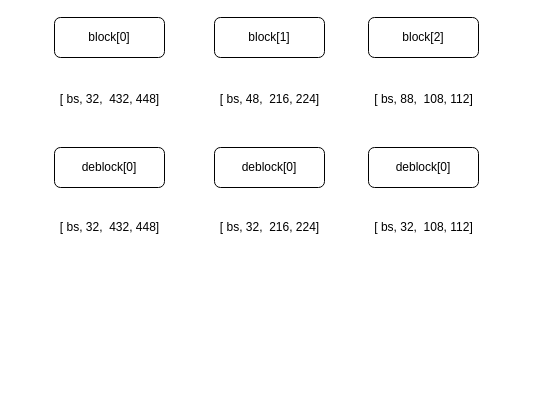
The draw.io diagram network.drawio in wennieWN/UML, before the edit. Source tidied: cells renumbered, new cells numbered last; positions are measured from the earlier drawing's top-left corner, leaving out a move shared by most shapes. Both pictures are drawn from the tidied source at 100%, with x=0, y=0 at pixel (16, 17).
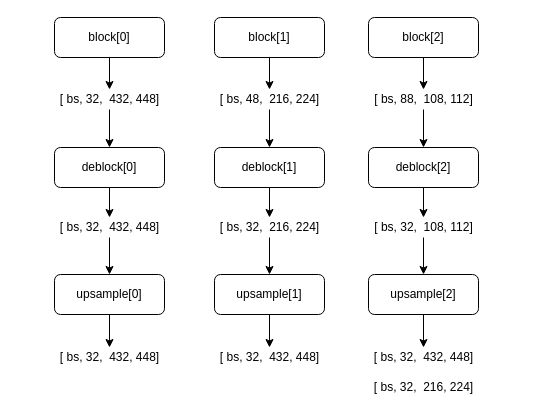
The same page after the edit.

The change refers to these unchanged cells:
```xml
<mxCell id="2" value="block[0]" style="rounded=1;whiteSpace=wrap;html=1;" parent="1" vertex="1">
  <mxGeometry x="38" width="110" height="40" as="geometry" />
</mxCell>
<mxCell id="3" value="block[1]" style="rounded=1;whiteSpace=wrap;html=1;" parent="1" vertex="1">
  <mxGeometry x="198" width="110" height="40" as="geometry" />
</mxCell>
<mxCell id="4" value="block[2]" style="rounded=1;whiteSpace=wrap;html=1;" parent="1" vertex="1">
  <mxGeometry x="352" width="110" height="40" as="geometry" />
</mxCell>
<mxCell id="5" value="[ bs, 32,&amp;nbsp; 432, 448]" style="text;html=1;strokeColor=none;fillColor=none;align=center;verticalAlign=middle;whiteSpace=wrap;rounded=0;" parent="1" vertex="1">
  <mxGeometry x="0.5" y="72" width="185" height="20" as="geometry" />
</mxCell>
<mxCell id="6" value="[ bs, 48,&amp;nbsp; 216, 224]" style="text;html=1;strokeColor=none;fillColor=none;align=center;verticalAlign=middle;whiteSpace=wrap;rounded=0;" parent="1" vertex="1">
  <mxGeometry x="160.5" y="72" width="185" height="20" as="geometry" />
</mxCell>
<mxCell id="7" value="[ bs, 88,&amp;nbsp; 108, 112]" style="text;html=1;strokeColor=none;fillColor=none;align=center;verticalAlign=middle;whiteSpace=wrap;rounded=0;" parent="1" vertex="1">
  <mxGeometry x="314.5" y="72" width="185" height="20" as="geometry" />
</mxCell>
<mxCell id="8" value="deblock[0]" style="rounded=1;whiteSpace=wrap;html=1;" parent="1" vertex="1">
  <mxGeometry x="38" y="130" width="110" height="40" as="geometry" />
</mxCell>
<mxCell id="11" value="[ bs, 32,&amp;nbsp; 432, 448]" style="text;html=1;strokeColor=none;fillColor=none;align=center;verticalAlign=middle;whiteSpace=wrap;rounded=0;" parent="1" vertex="1">
  <mxGeometry x="0.5" y="200" width="185" height="20" as="geometry" />
</mxCell>
<mxCell id="12" value="[ bs, 32,&amp;nbsp; 216, 224]" style="text;html=1;strokeColor=none;fillColor=none;align=center;verticalAlign=middle;whiteSpace=wrap;rounded=0;" parent="1" vertex="1">
  <mxGeometry x="160.5" y="200" width="185" height="20" as="geometry" />
</mxCell>
<mxCell id="13" value="[ bs, 32,&amp;nbsp; 108, 112]" style="text;html=1;strokeColor=none;fillColor=none;align=center;verticalAlign=middle;whiteSpace=wrap;rounded=0;" parent="1" vertex="1">
  <mxGeometry x="314.5" y="200" width="185" height="20" as="geometry" />
</mxCell>
```

The edit, as a diff of the source:
```diff
@@
+    <mxCell id="14" style="edgeStyle=orthogonalEdgeStyle;rounded=0;jettySize=auto;html=1;entryX=0.5;entryY=0;entryDx=0;entryDy=0;" parent="1" edge="1" source="2" target="5">
+      <mxGeometry relative="1" as="geometry" />
+    </mxCell>
@@
+    <mxCell id="15" style="edgeStyle=orthogonalEdgeStyle;rounded=0;jettySize=auto;html=1;entryX=0.5;entryY=0;entryDx=0;entryDy=0;" parent="1" edge="1" source="3" target="6">
+      <mxGeometry relative="1" as="geometry" />
+    </mxCell>
@@
+    <mxCell id="16" style="edgeStyle=orthogonalEdgeStyle;rounded=0;jettySize=auto;html=1;entryX=0.5;entryY=0;entryDx=0;entryDy=0;" parent="1" edge="1" source="4" target="7">
+      <mxGeometry relative="1" as="geometry" />
+    </mxCell>
@@
+    <mxCell id="17" style="edgeStyle=orthogonalEdgeStyle;rounded=0;jettySize=auto;html=1;entryX=0.5;entryY=0;entryDx=0;entryDy=0;" parent="1" edge="1" source="5" target="8">
+      <mxGeometry relative="1" as="geometry" />
+    </mxCell>
@@
+    <mxCell id="18" style="edgeStyle=orthogonalEdgeStyle;rounded=0;jettySize=auto;html=1;entryX=0.5;entryY=0;entryDx=0;entryDy=0;" parent="1" edge="1" source="6" target="9">
+      <mxGeometry relative="1" as="geometry" />
+    </mxCell>
@@
+    <mxCell id="19" style="edgeStyle=orthogonalEdgeStyle;rounded=0;jettySize=auto;html=1;entryX=0.5;entryY=0;entryDx=0;entryDy=0;" parent="1" edge="1" source="7" target="10">
+      <mxGeometry relative="1" as="geometry" />
+    </mxCell>
@@
+    <mxCell id="20" style="edgeStyle=orthogonalEdgeStyle;rounded=0;jettySize=auto;html=1;entryX=0.5;entryY=0;entryDx=0;entryDy=0;" parent="1" edge="1" source="8" target="11">
+      <mxGeometry relative="1" as="geometry" />
+    </mxCell>
@@
+    <mxCell id="21" style="edgeStyle=orthogonalEdgeStyle;rounded=0;jettySize=auto;html=1;" parent="1" edge="1" source="9" target="12">
+      <mxGeometry relative="1" as="geometry" />
+    </mxCell>
-    <mxCell id="9" value="deblock[0]" style="rounded=1;whiteSpace=wrap;html=1;" parent="1" vertex="1">
+    <mxCell id="9" value="deblock[1]" style="rounded=1;whiteSpace=wrap;html=1;" parent="1" vertex="1">
       <mxGeometry x="198" y="130" width="110" height="40" as="geometry" />
     </mxCell>
+    <mxCell id="22" style="edgeStyle=orthogonalEdgeStyle;rounded=0;jettySize=auto;html=1;entryX=0.5;entryY=0;entryDx=0;entryDy=0;" parent="1" edge="1" source="10" target="13">
+      <mxGeometry relative="1" as="geometry" />
+    </mxCell>
-    <mxCell id="10" value="deblock[0]" style="rounded=1;whiteSpace=wrap;html=1;" parent="1" vertex="1">
+    <mxCell id="10" value="deblock[2]" style="rounded=1;whiteSpace=wrap;html=1;" parent="1" vertex="1">
       <mxGeometry x="352" y="130" width="110" height="40" as="geometry" />
     </mxCell>
+    <mxCell id="23" style="edgeStyle=orthogonalEdgeStyle;rounded=0;jettySize=auto;html=1;entryX=0.5;entryY=0;entryDx=0;entryDy=0;" parent="1" edge="1" source="11" target="27">
+      <mxGeometry relative="1" as="geometry" />
+    </mxCell>
@@
+    <mxCell id="24" style="edgeStyle=orthogonalEdgeStyle;rounded=0;jettySize=auto;html=1;entryX=0.5;entryY=0;entryDx=0;entryDy=0;" parent="1" edge="1" source="12" target="30">
+      <mxGeometry relative="1" as="geometry" />
+    </mxCell>
@@
+    <mxCell id="25" style="edgeStyle=orthogonalEdgeStyle;rounded=0;jettySize=auto;html=1;entryX=0.5;entryY=0;entryDx=0;entryDy=0;" parent="1" edge="1" source="13" target="32">
+      <mxGeometry relative="1" as="geometry" />
+    </mxCell>
@@
+    <mxCell id="26" style="edgeStyle=orthogonalEdgeStyle;rounded=0;jettySize=auto;html=1;entryX=0.5;entryY=0;entryDx=0;entryDy=0;" parent="1" edge="1" source="27" target="28">
+      <mxGeometry relative="1" as="geometry" />
+    </mxCell>
+    <mxCell id="27" value="upsample[0]" style="rounded=1;whiteSpace=wrap;html=1;" parent="1" vertex="1">
+      <mxGeometry x="38" y="257" width="110" height="40" as="geometry" />
+    </mxCell>
+    <mxCell id="28" value="[ bs, 32,&amp;nbsp; 432, 448]" style="text;html=1;strokeColor=none;fillColor=none;align=center;verticalAlign=middle;whiteSpace=wrap;rounded=0;" parent="1" vertex="1">
+      <mxGeometry x="0.5" y="330" width="185" height="20" as="geometry" />
+    </mxCell>
+    <mxCell id="29" style="edgeStyle=orthogonalEdgeStyle;rounded=0;jettySize=auto;html=1;entryX=0.5;entryY=0;entryDx=0;entryDy=0;" parent="1" edge="1" source="30" target="33">
+      <mxGeometry relative="1" as="geometry" />
+    </mxCell>
+    <mxCell id="30" value="upsample[1]" style="rounded=1;whiteSpace=wrap;html=1;" parent="1" vertex="1">
+      <mxGeometry x="198" y="257" width="110" height="40" as="geometry" />
+    </mxCell>
+    <mxCell id="31" style="edgeStyle=orthogonalEdgeStyle;rounded=0;jettySize=auto;html=1;entryX=0.5;entryY=0;entryDx=0;entryDy=0;" parent="1" edge="1" source="32" target="34">
+      <mxGeometry relative="1" as="geometry" />
+    </mxCell>
+    <mxCell id="32" value="upsample[2]" style="rounded=1;whiteSpace=wrap;html=1;" parent="1" vertex="1">
+      <mxGeometry x="352" y="257" width="110" height="40" as="geometry" />
+    </mxCell>
+    <mxCell id="33" value="[ bs, 32,&amp;nbsp; 432, 448]" style="text;html=1;strokeColor=none;fillColor=none;align=center;verticalAlign=middle;whiteSpace=wrap;rounded=0;" parent="1" vertex="1">
+      <mxGeometry x="160.5" y="330" width="185" height="20" as="geometry" />
+    </mxCell>
+    <mxCell id="34" value="[ bs, 32,&amp;nbsp; 432, 448]" style="text;html=1;strokeColor=none;fillColor=none;align=center;verticalAlign=middle;whiteSpace=wrap;rounded=0;" parent="1" vertex="1">
+      <mxGeometry x="314.5" y="330" width="185" height="20" as="geometry" />
+    </mxCell>
+    <mxCell id="35" value="[ bs, 32,&amp;nbsp; 216, 224]" style="text;html=1;strokeColor=none;fillColor=none;align=center;verticalAlign=middle;whiteSpace=wrap;rounded=0;" parent="1" vertex="1">
+      <mxGeometry x="314.5" y="360" width="185" height="20" as="geometry" />
+    </mxCell>
```
